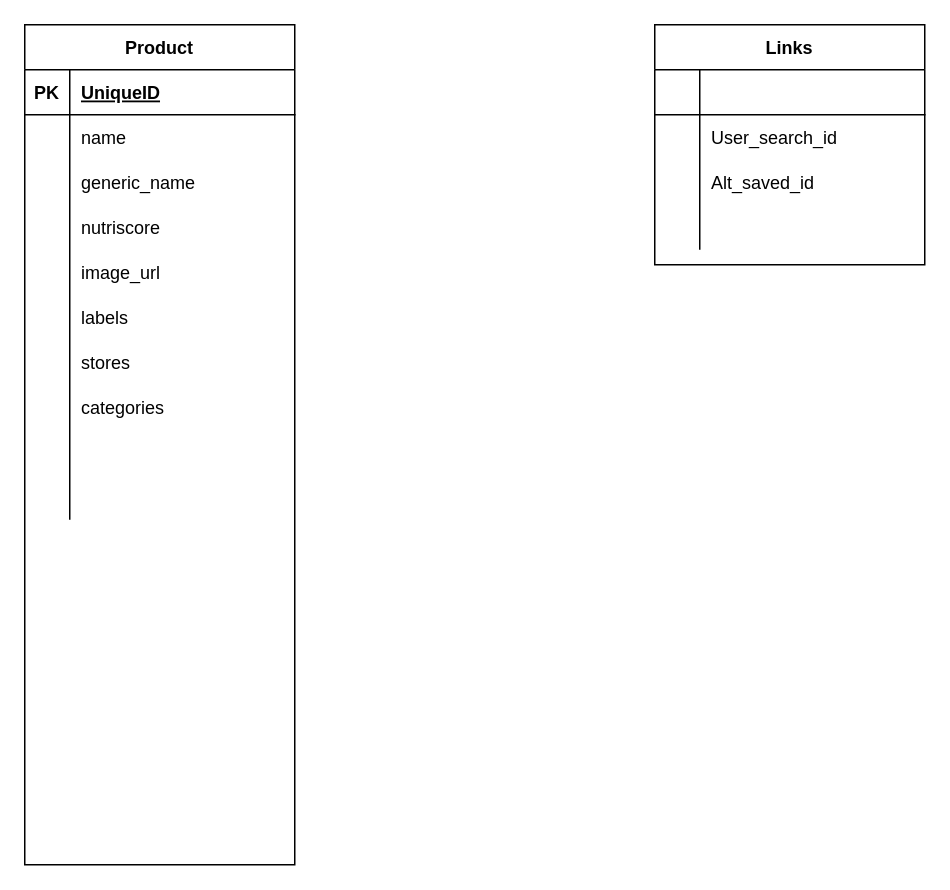
Before: modelededonnee.drawio in LeonardHehlen/pur_beurre_comparateur, a draw.io diagram. Source tidied: cells renumbered, new cells numbered last; positions are measured from the earlier drawing's top-left corner, leaving out a move shared by most shapes. Both pictures are drawn from the tidied source at 150%, with x=0, y=0 at pixel (24, 24).
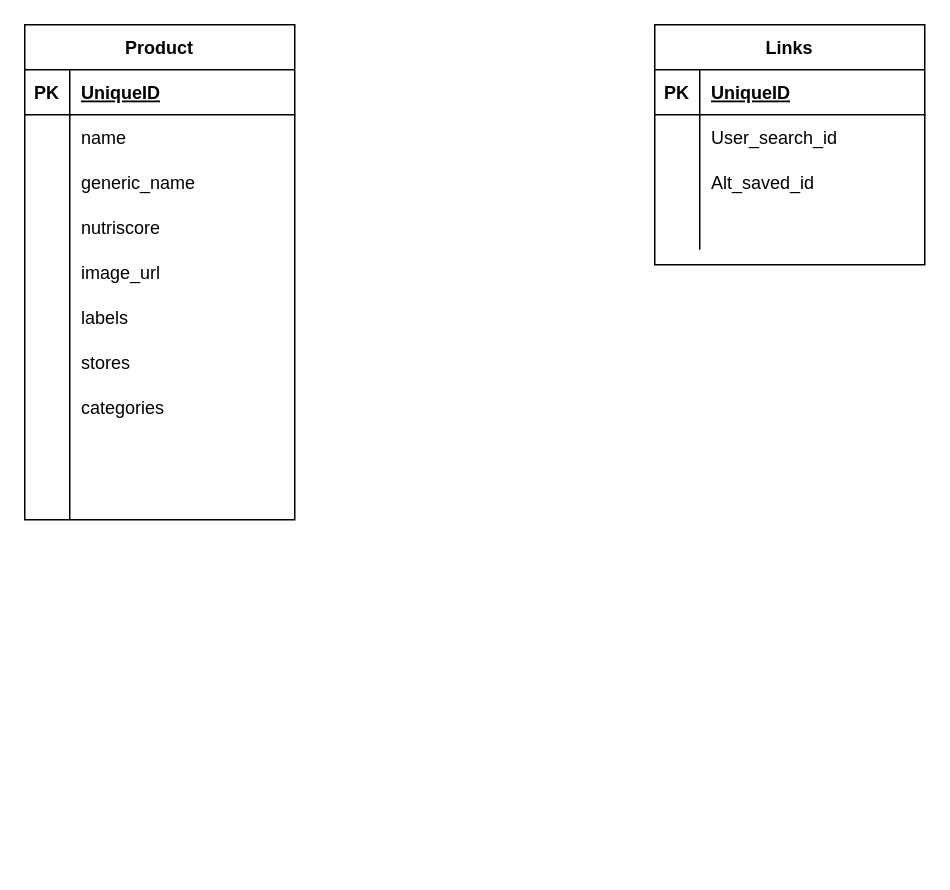
After the change.

The change refers to these unchanged cells:
```xml
<mxCell id="34" style="shape=partialRectangle;fillColor=none;top=0;left=0;bottom=1;right=0;" parent="33" vertex="1">
  <mxGeometry y="30" width="180" height="30" as="geometry" />
</mxCell>
```

Diff of the diagram source:
```diff
@@
     <mxCell id="2" value="Product" style="shape=table;startSize=30;childLayout=tableLayout;rowLines=0;fontStyle=1;align=center;" parent="1" vertex="1">
-      <mxGeometry width="180" height="560" as="geometry" />
+      <mxGeometry width="180" height="330" as="geometry" />
     </mxCell>
@@
-    <mxCell id="35" style="shape=partialRectangle;fillColor=none;top=0;left=0;bottom=0;right=0;fontStyle=1;overflow=hidden;" parent="34" vertex="1">
+    <mxCell id="35" value="PK" style="shape=partialRectangle;fillColor=none;top=0;left=0;bottom=0;right=0;fontStyle=1;overflow=hidden;" parent="34" vertex="1">
       <mxGeometry width="30" height="30" as="geometry" />
     </mxCell>
-    <mxCell id="36" style="shape=partialRectangle;fillColor=none;top=0;left=0;bottom=0;right=0;align=left;spacingLeft=6;fontStyle=5;overflow=hidden;" parent="34" vertex="1">
+    <mxCell id="36" value="UniqueID" style="shape=partialRectangle;fillColor=none;top=0;left=0;bottom=0;right=0;align=left;spacingLeft=6;fontStyle=5;overflow=hidden;" parent="34" vertex="1">
       <mxGeometry x="30" width="150" height="30" as="geometry" />
     </mxCell>
```
